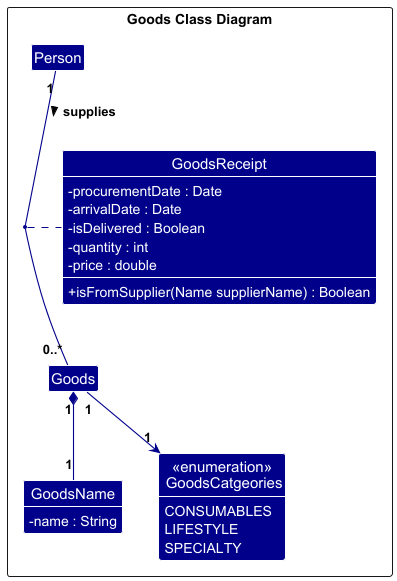
Before: docs/images/GoodsClassDiagram.png, a diagram exported from PlantUML (nus-cs2103-AY2425S1/tp). The source it was exported from:
```plantuml
@startuml
!include style.puml
skinparam arrowThickness 1.1
skinparam arrowColor GOODS_COLOR
skinparam classBackgroundColor GOODS_COLOR
skinparam ClassAttributeFontColor #FFFFFF
skinparam classAttributeIconSize 0

Package "Goods Class Diagram" as GoodsPackage <<Rectangle>> {
Class Person
Class GoodsName {
    - name : String
}
enum "<<enumeration>>\n GoodsCatgeories" as GoodsCategories {
    CONSUMABLES
    LIFESTYLE
    SPECIALTY
}
Class Goods
Class GoodsReceipt {
    - procurementDate : Date
    - arrivalDate : Date
    - isDelivered : Boolean
    - quantity : int
    - price : double

    + isFromSupplier(Name supplierName) : Boolean
}
}

Person "1" -- "0..*" Goods : supplies >
(Person, Goods) .. GoodsReceipt
Goods "1" *-- "1" GoodsName
Goods "1" --> "1" GoodsCategories

show GoodsReceipt attributes
show GoodsReceipt methods
show GoodsCategories attributes
show GoodsName attributes

@enduml
```
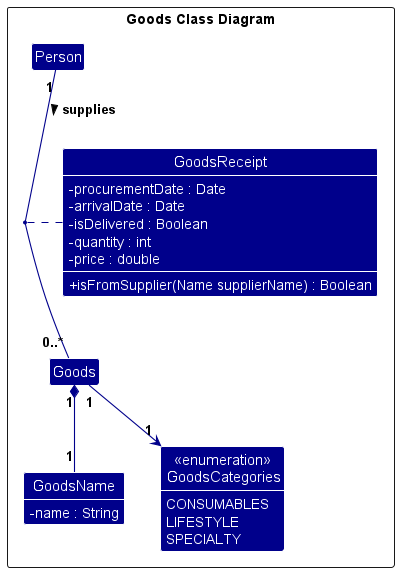
Later version of the same file.

Commit message:
Fix diagram typo

The edit, as a diff of the source:
```diff
@@ -11,7 +11,7 @@
 Class GoodsName {
     - name : String
 }
-enum "<<enumeration>>\n GoodsCatgeories" as GoodsCategories {
+enum "<<enumeration>>\n GoodsCategories" as GoodsCategories {
     CONSUMABLES
     LIFESTYLE
     SPECIALTY
```
